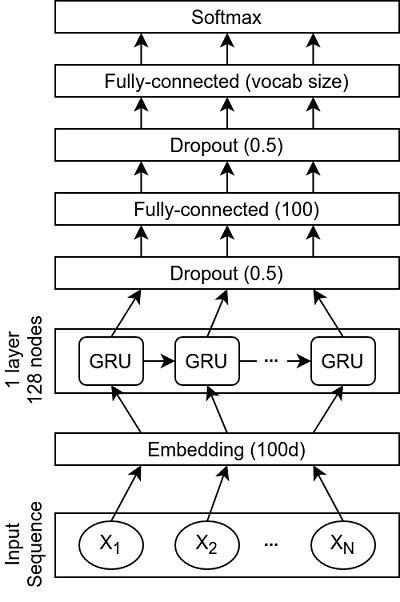
Before: Q2-3-4/Figures/model.png, a diagram exported from draw.io (elhammohammadi/Intelligent-Travel-Agent). Source tidied: cells renumbered, new cells last; positions are measured from the earlier drawing's top-left corner, leaving out a move shared by most shapes. The source it was exported from:
```xml
<mxGraphModel>
  <root>
    <mxCell id="0" />
    <mxCell id="1" parent="0" />
    <mxCell id="2" style="rounded=0;whiteSpace=wrap;html=1;" parent="1" vertex="1">
      <mxGeometry x="55" y="205" width="215" height="40" as="geometry" />
    </mxCell>
    <mxCell id="3" style="rounded=0;whiteSpace=wrap;html=1;" parent="1" vertex="1">
      <mxGeometry x="55" y="320" width="215" height="40" as="geometry" />
    </mxCell>
    <mxCell id="4" value="GRU" style="rounded=1;whiteSpace=wrap;html=1;" parent="1" vertex="1">
      <mxGeometry x="70" y="210" width="40" height="30" as="geometry" />
    </mxCell>
    <mxCell id="5" value="X&lt;sub&gt;1&lt;/sub&gt;" style="ellipse;whiteSpace=wrap;html=1;" parent="1" vertex="1">
      <mxGeometry x="70" y="325" width="40" height="30" as="geometry" />
    </mxCell>
    <mxCell id="6" value="GRU" style="rounded=1;whiteSpace=wrap;html=1;" parent="1" vertex="1">
      <mxGeometry x="130" y="210" width="40" height="30" as="geometry" />
    </mxCell>
    <mxCell id="7" value="X&lt;sub&gt;2&lt;/sub&gt;" style="ellipse;whiteSpace=wrap;html=1;" parent="1" vertex="1">
      <mxGeometry x="130" y="325" width="40" height="30" as="geometry" />
    </mxCell>
    <mxCell id="8" value="X&lt;sub&gt;N&lt;/sub&gt;" style="ellipse;whiteSpace=wrap;html=1;" parent="1" vertex="1">
      <mxGeometry x="215" y="325" width="40" height="30" as="geometry" />
    </mxCell>
    <mxCell id="9" value="GRU" style="rounded=1;whiteSpace=wrap;html=1;" parent="1" vertex="1">
      <mxGeometry x="215" y="210" width="40" height="30" as="geometry" />
    </mxCell>
    <mxCell id="10" style="endArrow=classic;html=1;exitX=1;exitY=0.5;exitDx=0;exitDy=0;entryX=0;entryY=0.5;entryDx=0;entryDy=0;" parent="1" edge="1" source="4" target="6">
      <mxGeometry relative="1" as="geometry" />
    </mxCell>
    <mxCell id="11" style="endArrow=classic;html=1;exitX=1;exitY=0.5;exitDx=0;exitDy=0;entryX=0;entryY=0.5;entryDx=0;entryDy=0;" parent="1" edge="1" source="6" target="9">
      <mxGeometry relative="1" as="geometry" />
    </mxCell>
    <mxCell id="12" value="Dropout (0.5)" style="rounded=0;whiteSpace=wrap;html=1;" parent="1" vertex="1">
      <mxGeometry x="55" y="160" width="215" height="20" as="geometry" />
    </mxCell>
    <mxCell id="13" value="Fully-connected (100)" style="rounded=0;whiteSpace=wrap;html=1;" parent="1" vertex="1">
      <mxGeometry x="55" y="120" width="215" height="20" as="geometry" />
    </mxCell>
    <mxCell id="14" value="Dropout (0.5)" style="rounded=0;whiteSpace=wrap;html=1;" parent="1" vertex="1">
      <mxGeometry x="55" y="80" width="215" height="20" as="geometry" />
    </mxCell>
    <mxCell id="15" value="Fully-connected (vocab size)" style="rounded=0;whiteSpace=wrap;html=1;" parent="1" vertex="1">
      <mxGeometry x="55" y="40" width="215" height="20" as="geometry" />
    </mxCell>
    <mxCell id="16" value="Softmax" style="rounded=0;whiteSpace=wrap;html=1;" parent="1" vertex="1">
      <mxGeometry x="55" width="215" height="20" as="geometry" />
    </mxCell>
    <mxCell id="17" style="endArrow=classic;html=1;strokeColor=#000000;exitX=0.5;exitY=0;exitDx=0;exitDy=0;entryX=0.25;entryY=1;entryDx=0;entryDy=0;" parent="1" edge="1" source="4" target="12">
      <mxGeometry relative="1" as="geometry" />
    </mxCell>
    <mxCell id="18" style="endArrow=classic;html=1;strokeColor=#000000;exitX=0.5;exitY=0;exitDx=0;exitDy=0;entryX=0.5;entryY=1;entryDx=0;entryDy=0;" parent="1" edge="1" source="6" target="12">
      <mxGeometry relative="1" as="geometry" />
    </mxCell>
    <mxCell id="19" style="endArrow=classic;html=1;strokeColor=#000000;exitX=0.5;exitY=0;exitDx=0;exitDy=0;entryX=0.75;entryY=1;entryDx=0;entryDy=0;" parent="1" edge="1" source="9" target="12">
      <mxGeometry relative="1" as="geometry" />
    </mxCell>
    <mxCell id="20" style="endArrow=classic;html=1;strokeColor=#000000;entryX=0.75;entryY=1;entryDx=0;entryDy=0;exitX=0.75;exitY=0;exitDx=0;exitDy=0;" parent="1" edge="1" source="12" target="13">
      <mxGeometry relative="1" as="geometry" />
    </mxCell>
    <mxCell id="21" style="endArrow=classic;html=1;strokeColor=#000000;entryX=0.5;entryY=1;entryDx=0;entryDy=0;exitX=0.5;exitY=0;exitDx=0;exitDy=0;" parent="1" edge="1" source="12" target="13">
      <mxGeometry relative="1" as="geometry" />
    </mxCell>
    <mxCell id="22" style="endArrow=classic;html=1;strokeColor=#000000;entryX=0.25;entryY=1;entryDx=0;entryDy=0;exitX=0.25;exitY=0;exitDx=0;exitDy=0;" parent="1" edge="1" source="12" target="13">
      <mxGeometry relative="1" as="geometry" />
    </mxCell>
    <mxCell id="23" style="endArrow=classic;html=1;strokeColor=#000000;entryX=0.25;entryY=1;entryDx=0;entryDy=0;exitX=0.25;exitY=0;exitDx=0;exitDy=0;" parent="1" edge="1" source="13" target="14">
      <mxGeometry relative="1" as="geometry" />
    </mxCell>
    <mxCell id="24" style="endArrow=classic;html=1;strokeColor=#000000;entryX=0.5;entryY=1;entryDx=0;entryDy=0;exitX=0.5;exitY=0;exitDx=0;exitDy=0;" parent="1" edge="1" source="13" target="14">
      <mxGeometry relative="1" as="geometry" />
    </mxCell>
    <mxCell id="25" style="endArrow=classic;html=1;strokeColor=#000000;entryX=0.75;entryY=1;entryDx=0;entryDy=0;exitX=0.75;exitY=0;exitDx=0;exitDy=0;" parent="1" edge="1" source="13" target="14">
      <mxGeometry relative="1" as="geometry" />
    </mxCell>
    <mxCell id="26" style="endArrow=classic;html=1;strokeColor=#000000;entryX=0.25;entryY=1;entryDx=0;entryDy=0;exitX=0.25;exitY=0;exitDx=0;exitDy=0;" parent="1" edge="1" source="14" target="15">
      <mxGeometry relative="1" as="geometry" />
    </mxCell>
    <mxCell id="27" style="endArrow=classic;html=1;strokeColor=#000000;entryX=0.5;entryY=1;entryDx=0;entryDy=0;exitX=0.5;exitY=0;exitDx=0;exitDy=0;" parent="1" edge="1" source="14" target="15">
      <mxGeometry relative="1" as="geometry" />
    </mxCell>
    <mxCell id="28" style="endArrow=classic;html=1;strokeColor=#000000;entryX=0.75;entryY=1;entryDx=0;entryDy=0;exitX=0.75;exitY=0;exitDx=0;exitDy=0;" parent="1" edge="1" source="14" target="15">
      <mxGeometry relative="1" as="geometry" />
    </mxCell>
    <mxCell id="29" style="endArrow=classic;html=1;strokeColor=#000000;entryX=0.25;entryY=1;entryDx=0;entryDy=0;exitX=0.25;exitY=0;exitDx=0;exitDy=0;" parent="1" edge="1" source="15" target="16">
      <mxGeometry relative="1" as="geometry" />
    </mxCell>
    <mxCell id="30" style="endArrow=classic;html=1;strokeColor=#000000;entryX=0.5;entryY=1;entryDx=0;entryDy=0;exitX=0.5;exitY=0;exitDx=0;exitDy=0;" parent="1" edge="1" source="15" target="16">
      <mxGeometry relative="1" as="geometry" />
    </mxCell>
    <mxCell id="31" style="endArrow=classic;html=1;strokeColor=#000000;entryX=0.75;entryY=1;entryDx=0;entryDy=0;exitX=0.75;exitY=0;exitDx=0;exitDy=0;" parent="1" edge="1" source="15" target="16">
      <mxGeometry relative="1" as="geometry" />
    </mxCell>
    <mxCell id="32" value="Embedding (100d)" style="rounded=0;whiteSpace=wrap;html=1;" parent="1" vertex="1">
      <mxGeometry x="55" y="270" width="215" height="20" as="geometry" />
    </mxCell>
    <mxCell id="33" style="endArrow=classic;html=1;strokeColor=#000000;exitX=0.5;exitY=0;exitDx=0;exitDy=0;entryX=0.25;entryY=1;entryDx=0;entryDy=0;" parent="1" edge="1" source="5" target="32">
      <mxGeometry relative="1" as="geometry" />
    </mxCell>
    <mxCell id="34" style="endArrow=classic;html=1;strokeColor=#000000;exitX=0.5;exitY=0;exitDx=0;exitDy=0;entryX=0.5;entryY=1;entryDx=0;entryDy=0;" parent="1" edge="1" source="7" target="32">
      <mxGeometry relative="1" as="geometry" />
    </mxCell>
    <mxCell id="35" style="endArrow=classic;html=1;strokeColor=#000000;entryX=0.75;entryY=1;entryDx=0;entryDy=0;exitX=0.5;exitY=0;exitDx=0;exitDy=0;" parent="1" edge="1" source="8" target="32">
      <mxGeometry relative="1" as="geometry" />
    </mxCell>
    <mxCell id="36" style="endArrow=classic;html=1;strokeColor=#000000;exitX=0.25;exitY=0;exitDx=0;exitDy=0;entryX=0.5;entryY=1;entryDx=0;entryDy=0;" parent="1" edge="1" source="32" target="4">
      <mxGeometry relative="1" as="geometry" />
    </mxCell>
    <mxCell id="37" style="endArrow=classic;html=1;strokeColor=#000000;entryX=0.5;entryY=1;entryDx=0;entryDy=0;exitX=0.5;exitY=0;exitDx=0;exitDy=0;" parent="1" edge="1" source="32" target="6">
      <mxGeometry relative="1" as="geometry" />
    </mxCell>
    <mxCell id="38" style="endArrow=classic;html=1;strokeColor=#000000;entryX=0.5;entryY=1;entryDx=0;entryDy=0;exitX=0.75;exitY=0;exitDx=0;exitDy=0;" parent="1" edge="1" source="32" target="9">
      <mxGeometry relative="1" as="geometry" />
    </mxCell>
    <mxCell id="39" value="1 layer&lt;br&gt;128 nodes" style="text;html=1;strokeColor=none;fillColor=none;align=center;verticalAlign=middle;whiteSpace=wrap;rounded=0;rotation=-90;" parent="1" vertex="1">
      <mxGeometry y="215" width="70" height="20" as="geometry" />
    </mxCell>
    <mxCell id="40" value="Input&lt;br&gt;Sequence" style="text;html=1;strokeColor=none;fillColor=none;align=center;verticalAlign=middle;whiteSpace=wrap;rounded=0;rotation=-90;" parent="1" vertex="1">
      <mxGeometry y="330" width="70" height="20" as="geometry" />
    </mxCell>
    <mxCell id="41" value="&lt;b style=&quot;font-size: 11px;&quot;&gt;&lt;font style=&quot;font-size: 11px;&quot;&gt;...&lt;/font&gt;&lt;/b&gt;" style="text;html=1;strokeColor=none;fillColor=#FFFFFF;align=center;verticalAlign=middle;whiteSpace=wrap;rounded=0;fontSize=11;" parent="1" vertex="1">
      <mxGeometry x="181" y="212" width="19" height="20" as="geometry" />
    </mxCell>
    <mxCell id="42" value="&lt;b style=&quot;font-size: 11px;&quot;&gt;&lt;font style=&quot;font-size: 11px;&quot;&gt;...&lt;/font&gt;&lt;/b&gt;" style="text;html=1;strokeColor=none;fillColor=#FFFFFF;align=center;verticalAlign=middle;whiteSpace=wrap;rounded=0;fontSize=11;" parent="1" vertex="1">
      <mxGeometry x="181" y="327" width="19" height="20" as="geometry" />
    </mxCell>
  </root>
</mxGraphModel>
```
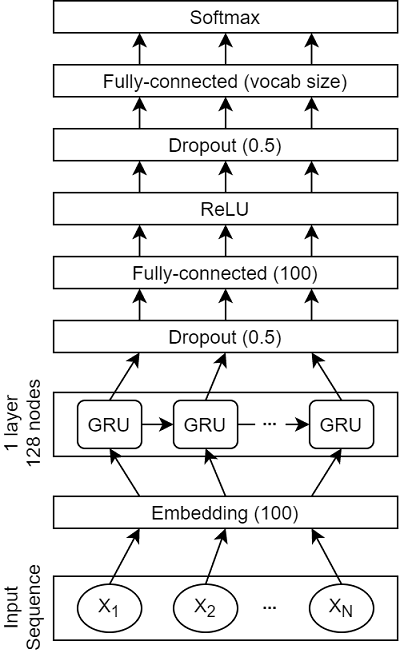
After the commit.

Commit message:
model figure updated

Diff of the diagram source:
```diff
@@ -39,13 +39,13 @@
       <mxGeometry x="55" y="120" width="215" height="20" as="geometry" />
     </mxCell>
     <mxCell id="14" value="Dropout (0.5)" style="rounded=0;whiteSpace=wrap;html=1;" parent="1" vertex="1">
-      <mxGeometry x="55" y="80" width="215" height="20" as="geometry" />
+      <mxGeometry x="55" y="40" width="215" height="20" as="geometry" />
     </mxCell>
     <mxCell id="15" value="Fully-connected (vocab size)" style="rounded=0;whiteSpace=wrap;html=1;" parent="1" vertex="1">
-      <mxGeometry x="55" y="40" width="215" height="20" as="geometry" />
+      <mxGeometry x="55" width="215" height="20" as="geometry" />
     </mxCell>
     <mxCell id="16" value="Softmax" style="rounded=0;whiteSpace=wrap;html=1;" parent="1" vertex="1">
-      <mxGeometry x="55" width="215" height="20" as="geometry" />
+      <mxGeometry x="55" y="-40" width="215" height="20" as="geometry" />
     </mxCell>
     <mxCell id="17" style="endArrow=classic;html=1;strokeColor=#000000;exitX=0.5;exitY=0;exitDx=0;exitDy=0;entryX=0.25;entryY=1;entryDx=0;entryDy=0;" parent="1" edge="1" source="4" target="12">
       <mxGeometry relative="1" as="geometry" />
@@ -65,65 +65,77 @@
     <mxCell id="22" style="endArrow=classic;html=1;strokeColor=#000000;entryX=0.25;entryY=1;entryDx=0;entryDy=0;exitX=0.25;exitY=0;exitDx=0;exitDy=0;" parent="1" edge="1" source="12" target="13">
       <mxGeometry relative="1" as="geometry" />
     </mxCell>
-    <mxCell id="23" style="endArrow=classic;html=1;strokeColor=#000000;entryX=0.25;entryY=1;entryDx=0;entryDy=0;exitX=0.25;exitY=0;exitDx=0;exitDy=0;" parent="1" edge="1" source="13" target="14">
+    <mxCell id="23" style="endArrow=classic;html=1;strokeColor=#000000;entryX=0.25;entryY=1;entryDx=0;entryDy=0;exitX=0.25;exitY=0;exitDx=0;exitDy=0;" parent="1" edge="1" source="14" target="15">
       <mxGeometry relative="1" as="geometry" />
     </mxCell>
-    <mxCell id="24" style="endArrow=classic;html=1;strokeColor=#000000;entryX=0.5;entryY=1;entryDx=0;entryDy=0;exitX=0.5;exitY=0;exitDx=0;exitDy=0;" parent="1" edge="1" source="13" target="14">
+    <mxCell id="24" style="endArrow=classic;html=1;strokeColor=#000000;entryX=0.5;entryY=1;entryDx=0;entryDy=0;exitX=0.5;exitY=0;exitDx=0;exitDy=0;" parent="1" edge="1" source="14" target="15">
       <mxGeometry relative="1" as="geometry" />
     </mxCell>
-    <mxCell id="25" style="endArrow=classic;html=1;strokeColor=#000000;entryX=0.75;entryY=1;entryDx=0;entryDy=0;exitX=0.75;exitY=0;exitDx=0;exitDy=0;" parent="1" edge="1" source="13" target="14">
+    <mxCell id="25" style="endArrow=classic;html=1;strokeColor=#000000;entryX=0.75;entryY=1;entryDx=0;entryDy=0;exitX=0.75;exitY=0;exitDx=0;exitDy=0;" parent="1" edge="1" source="14" target="15">
       <mxGeometry relative="1" as="geometry" />
     </mxCell>
-    <mxCell id="26" style="endArrow=classic;html=1;strokeColor=#000000;entryX=0.25;entryY=1;entryDx=0;entryDy=0;exitX=0.25;exitY=0;exitDx=0;exitDy=0;" parent="1" edge="1" source="14" target="15">
+    <mxCell id="26" style="endArrow=classic;html=1;strokeColor=#000000;entryX=0.25;entryY=1;entryDx=0;entryDy=0;exitX=0.25;exitY=0;exitDx=0;exitDy=0;" parent="1" edge="1" source="15" target="16">
       <mxGeometry relative="1" as="geometry" />
     </mxCell>
-    <mxCell id="27" style="endArrow=classic;html=1;strokeColor=#000000;entryX=0.5;entryY=1;entryDx=0;entryDy=0;exitX=0.5;exitY=0;exitDx=0;exitDy=0;" parent="1" edge="1" source="14" target="15">
+    <mxCell id="27" style="endArrow=classic;html=1;strokeColor=#000000;entryX=0.5;entryY=1;entryDx=0;entryDy=0;exitX=0.5;exitY=0;exitDx=0;exitDy=0;" parent="1" edge="1" source="15" target="16">
       <mxGeometry relative="1" as="geometry" />
     </mxCell>
-    <mxCell id="28" style="endArrow=classic;html=1;strokeColor=#000000;entryX=0.75;entryY=1;entryDx=0;entryDy=0;exitX=0.75;exitY=0;exitDx=0;exitDy=0;" parent="1" edge="1" source="14" target="15">
+    <mxCell id="28" style="endArrow=classic;html=1;strokeColor=#000000;entryX=0.75;entryY=1;entryDx=0;entryDy=0;exitX=0.75;exitY=0;exitDx=0;exitDy=0;" parent="1" edge="1" source="15" target="16">
       <mxGeometry relative="1" as="geometry" />
     </mxCell>
-    <mxCell id="29" style="endArrow=classic;html=1;strokeColor=#000000;entryX=0.25;entryY=1;entryDx=0;entryDy=0;exitX=0.25;exitY=0;exitDx=0;exitDy=0;" parent="1" edge="1" source="15" target="16">
-      <mxGeometry relative="1" as="geometry" />
+    <mxCell id="29" value="Embedding (100)" style="rounded=0;whiteSpace=wrap;html=1;" parent="1" vertex="1">
+      <mxGeometry x="55" y="270" width="215" height="20" as="geometry" />
     </mxCell>
-    <mxCell id="30" style="endArrow=classic;html=1;strokeColor=#000000;entryX=0.5;entryY=1;entryDx=0;entryDy=0;exitX=0.5;exitY=0;exitDx=0;exitDy=0;" parent="1" edge="1" source="15" target="16">
+    <mxCell id="30" style="endArrow=classic;html=1;strokeColor=#000000;exitX=0.5;exitY=0;exitDx=0;exitDy=0;entryX=0.25;entryY=1;entryDx=0;entryDy=0;" parent="1" edge="1" source="5" target="29">
       <mxGeometry relative="1" as="geometry" />
     </mxCell>
-    <mxCell id="31" style="endArrow=classic;html=1;strokeColor=#000000;entryX=0.75;entryY=1;entryDx=0;entryDy=0;exitX=0.75;exitY=0;exitDx=0;exitDy=0;" parent="1" edge="1" source="15" target="16">
+    <mxCell id="31" style="endArrow=classic;html=1;strokeColor=#000000;exitX=0.5;exitY=0;exitDx=0;exitDy=0;entryX=0.5;entryY=1;entryDx=0;entryDy=0;" parent="1" edge="1" source="7" target="29">
       <mxGeometry relative="1" as="geometry" />
     </mxCell>
-    <mxCell id="32" value="Embedding (100d)" style="rounded=0;whiteSpace=wrap;html=1;" parent="1" vertex="1">
-      <mxGeometry x="55" y="270" width="215" height="20" as="geometry" />
+    <mxCell id="32" style="endArrow=classic;html=1;strokeColor=#000000;entryX=0.75;entryY=1;entryDx=0;entryDy=0;exitX=0.5;exitY=0;exitDx=0;exitDy=0;" parent="1" edge="1" source="8" target="29">
+      <mxGeometry relative="1" as="geometry" />
     </mxCell>
-    <mxCell id="33" style="endArrow=classic;html=1;strokeColor=#000000;exitX=0.5;exitY=0;exitDx=0;exitDy=0;entryX=0.25;entryY=1;entryDx=0;entryDy=0;" parent="1" edge="1" source="5" target="32">
+    <mxCell id="33" style="endArrow=classic;html=1;strokeColor=#000000;exitX=0.25;exitY=0;exitDx=0;exitDy=0;entryX=0.5;entryY=1;entryDx=0;entryDy=0;" parent="1" edge="1" source="29" target="4">
       <mxGeometry relative="1" as="geometry" />
     </mxCell>
-    <mxCell id="34" style="endArrow=classic;html=1;strokeColor=#000000;exitX=0.5;exitY=0;exitDx=0;exitDy=0;entryX=0.5;entryY=1;entryDx=0;entryDy=0;" parent="1" edge="1" source="7" target="32">
+    <mxCell id="34" style="endArrow=classic;html=1;strokeColor=#000000;entryX=0.5;entryY=1;entryDx=0;entryDy=0;exitX=0.5;exitY=0;exitDx=0;exitDy=0;" parent="1" edge="1" source="29" target="6">
       <mxGeometry relative="1" as="geometry" />
     </mxCell>
-    <mxCell id="35" style="endArrow=classic;html=1;strokeColor=#000000;entryX=0.75;entryY=1;entryDx=0;entryDy=0;exitX=0.5;exitY=0;exitDx=0;exitDy=0;" parent="1" edge="1" source="8" target="32">
+    <mxCell id="35" style="endArrow=classic;html=1;strokeColor=#000000;entryX=0.5;entryY=1;entryDx=0;entryDy=0;exitX=0.75;exitY=0;exitDx=0;exitDy=0;" parent="1" edge="1" source="29" target="9">
       <mxGeometry relative="1" as="geometry" />
     </mxCell>
-    <mxCell id="36" style="endArrow=classic;html=1;strokeColor=#000000;exitX=0.25;exitY=0;exitDx=0;exitDy=0;entryX=0.5;entryY=1;entryDx=0;entryDy=0;" parent="1" edge="1" source="32" target="4">
-      <mxGeometry relative="1" as="geometry" />
+    <mxCell id="36" value="1 layer&lt;br&gt;128 nodes" style="text;html=1;strokeColor=none;fillColor=none;align=center;verticalAlign=middle;whiteSpace=wrap;rounded=0;rotation=-90;" parent="1" vertex="1">
+      <mxGeometry y="215" width="70" height="20" as="geometry" />
     </mxCell>
-    <mxCell id="37" style="endArrow=classic;html=1;strokeColor=#000000;entryX=0.5;entryY=1;entryDx=0;entryDy=0;exitX=0.5;exitY=0;exitDx=0;exitDy=0;" parent="1" edge="1" source="32" target="6">
-      <mxGeometry relative="1" as="geometry" />
+    <mxCell id="37" value="Input&lt;br&gt;Sequence" style="text;html=1;strokeColor=none;fillColor=none;align=center;verticalAlign=middle;whiteSpace=wrap;rounded=0;rotation=-90;" parent="1" vertex="1">
+      <mxGeometry y="330" width="70" height="20" as="geometry" />
     </mxCell>
-    <mxCell id="38" style="endArrow=classic;html=1;strokeColor=#000000;entryX=0.5;entryY=1;entryDx=0;entryDy=0;exitX=0.75;exitY=0;exitDx=0;exitDy=0;" parent="1" edge="1" source="32" target="9">
-      <mxGeometry relative="1" as="geometry" />
+    <mxCell id="38" value="&lt;b style=&quot;font-size: 11px;&quot;&gt;&lt;font style=&quot;font-size: 11px;&quot;&gt;...&lt;/font&gt;&lt;/b&gt;" style="text;html=1;strokeColor=none;fillColor=#FFFFFF;align=center;verticalAlign=middle;whiteSpace=wrap;rounded=0;fontSize=11;" parent="1" vertex="1">
+      <mxGeometry x="181" y="212" width="19" height="20" as="geometry" />
     </mxCell>
-    <mxCell id="39" value="1 layer&lt;br&gt;128 nodes" style="text;html=1;strokeColor=none;fillColor=none;align=center;verticalAlign=middle;whiteSpace=wrap;rounded=0;rotation=-90;" parent="1" vertex="1">
-      <mxGeometry y="215" width="70" height="20" as="geometry" />
+    <mxCell id="39" value="&lt;b style=&quot;font-size: 11px;&quot;&gt;&lt;font style=&quot;font-size: 11px;&quot;&gt;...&lt;/font&gt;&lt;/b&gt;" style="text;html=1;strokeColor=none;fillColor=#FFFFFF;align=center;verticalAlign=middle;whiteSpace=wrap;rounded=0;fontSize=11;" parent="1" vertex="1">
+      <mxGeometry x="181" y="327" width="19" height="20" as="geometry" />
     </mxCell>
-    <mxCell id="40" value="Input&lt;br&gt;Sequence" style="text;html=1;strokeColor=none;fillColor=none;align=center;verticalAlign=middle;whiteSpace=wrap;rounded=0;rotation=-90;" parent="1" vertex="1">
-      <mxGeometry y="330" width="70" height="20" as="geometry" />
+    <mxCell id="40" value="ReLU" style="rounded=0;whiteSpace=wrap;html=1;" parent="1" vertex="1">
+      <mxGeometry x="55" y="80" width="215" height="20" as="geometry" />
     </mxCell>
-    <mxCell id="41" value="&lt;b style=&quot;font-size: 11px;&quot;&gt;&lt;font style=&quot;font-size: 11px;&quot;&gt;...&lt;/font&gt;&lt;/b&gt;" style="text;html=1;strokeColor=none;fillColor=#FFFFFF;align=center;verticalAlign=middle;whiteSpace=wrap;rounded=0;fontSize=11;" parent="1" vertex="1">
-      <mxGeometry x="181" y="212" width="19" height="20" as="geometry" />
+    <mxCell id="41" style="endArrow=classic;html=1;strokeColor=#000000;entryX=0.25;entryY=1;entryDx=0;entryDy=0;exitX=0.25;exitY=0;exitDx=0;exitDy=0;" parent="1" edge="1" source="40" target="14">
+      <mxGeometry relative="1" as="geometry" />
     </mxCell>
-    <mxCell id="42" value="&lt;b style=&quot;font-size: 11px;&quot;&gt;&lt;font style=&quot;font-size: 11px;&quot;&gt;...&lt;/font&gt;&lt;/b&gt;" style="text;html=1;strokeColor=none;fillColor=#FFFFFF;align=center;verticalAlign=middle;whiteSpace=wrap;rounded=0;fontSize=11;" parent="1" vertex="1">
-      <mxGeometry x="181" y="327" width="19" height="20" as="geometry" />
+    <mxCell id="42" style="endArrow=classic;html=1;entryX=0.5;entryY=1;entryDx=0;entryDy=0;exitX=0.5;exitY=0;exitDx=0;exitDy=0;" parent="1" edge="1" source="40" target="14">
+      <mxGeometry relative="1" as="geometry" />
     </mxCell>
+    <mxCell id="43" style="endArrow=classic;html=1;entryX=0.75;entryY=1;entryDx=0;entryDy=0;exitX=0.75;exitY=0;exitDx=0;exitDy=0;" parent="1" edge="1" source="40" target="14">
+      <mxGeometry relative="1" as="geometry" />
+    </mxCell>
+    <mxCell id="44" style="endArrow=classic;html=1;entryX=0.25;entryY=1;entryDx=0;entryDy=0;exitX=0.25;exitY=0;exitDx=0;exitDy=0;" parent="1" edge="1" source="13" target="40">
+      <mxGeometry relative="1" as="geometry" />
+    </mxCell>
+    <mxCell id="45" style="endArrow=classic;html=1;exitX=0.5;exitY=0;exitDx=0;exitDy=0;entryX=0.5;entryY=1;entryDx=0;entryDy=0;" parent="1" edge="1" source="13" target="40">
+      <mxGeometry relative="1" as="geometry" />
+    </mxCell>
+    <mxCell id="46" style="endArrow=classic;html=1;entryX=0.75;entryY=1;entryDx=0;entryDy=0;exitX=0.75;exitY=0;exitDx=0;exitDy=0;" parent="1" edge="1" source="13" target="40">
+      <mxGeometry relative="1" as="geometry" />
+    </mxCell>
   </root>
 </mxGraphModel>
```
